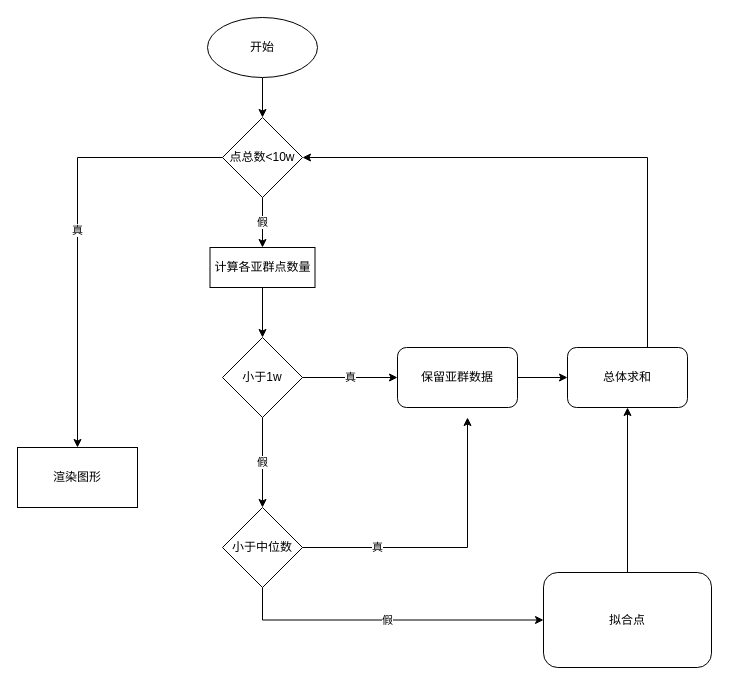
allizewell/testing keeps this draw.io diagram as Untitled Diagram.drawio. Above is the earlier version. Source tidied: cells renumbered, new cells numbered last; positions are measured from the earlier drawing's top-left corner, leaving out a move shared by most shapes. Both pictures are drawn from the tidied source at 100%, with x=0, y=0 at pixel (17, 17).
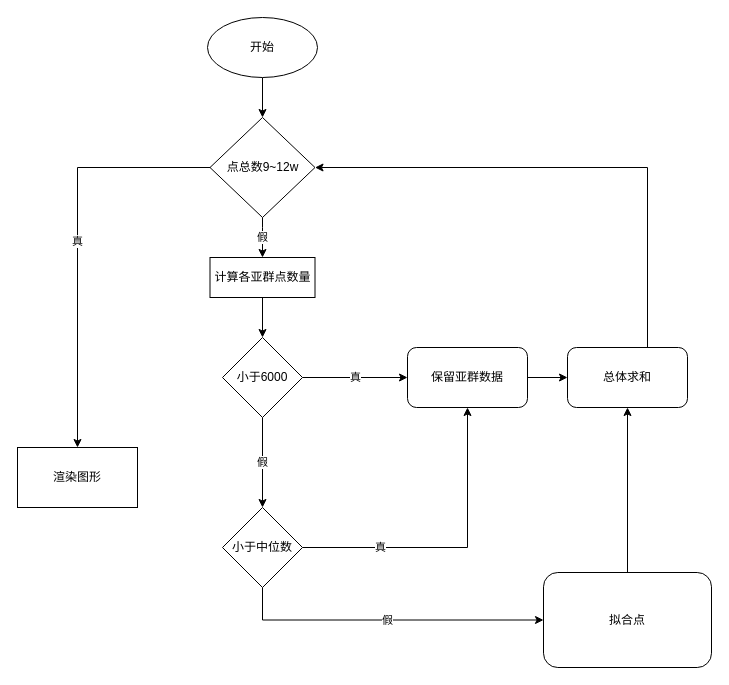
The same page after the edit.

Unchanged cells that the change refers to:
```xml
<mxCell id="17" value="小于中位数" style="rhombus;whiteSpace=wrap;html=1;" parent="1" vertex="1">
  <mxGeometry x="205" y="490" width="80" height="80" as="geometry" />
</mxCell>
<mxCell id="21" value="总体求和" style="rounded=1;whiteSpace=wrap;html=1;" parent="1" vertex="1">
  <mxGeometry x="550" y="330" width="120" height="60" as="geometry" />
</mxCell>
```

Change to the diagram source:
```diff
@@
-    <mxCell id="6" value="点总数&amp;lt;10w" style="rhombus;whiteSpace=wrap;html=1;" parent="1" vertex="1">
-      <mxGeometry x="205" y="100" width="80" height="80" as="geometry" />
+    <mxCell id="6" value="点总数9~12w" style="rhombus;whiteSpace=wrap;html=1;" parent="1" vertex="1">
+      <mxGeometry x="192.5" y="100" width="105" height="100" as="geometry" />
     </mxCell>
@@
     <mxCell id="9" value="计算各亚群点数量" style="whiteSpace=wrap;html=1;" parent="1" vertex="1">
-      <mxGeometry x="192.5" y="230" width="105" height="40" as="geometry" />
+      <mxGeometry x="192.5" y="240" width="105" height="40" as="geometry" />
     </mxCell>
@@
-    <mxCell id="12" value="小于1w" style="rhombus;whiteSpace=wrap;html=1;" parent="1" vertex="1">
+    <mxCell id="12" value="小于6000" style="rhombus;whiteSpace=wrap;html=1;" parent="1" vertex="1">
       <mxGeometry x="205" y="320" width="80" height="80" as="geometry" />
     </mxCell>
@@
-    <mxCell id="15" value="真" style="edgeStyle=orthogonalEdgeStyle;rounded=0;jettySize=auto;html=1;" parent="1" edge="1" source="17">
+    <mxCell id="15" value="真" style="edgeStyle=orthogonalEdgeStyle;rounded=0;jettySize=auto;html=1;entryX=0.5;entryY=1;entryDx=0;entryDy=0;" parent="1" edge="1" source="17" target="19">
       <mxGeometry x="-0.49" relative="1" as="geometry">
-        <mxPoint x="450" y="400" as="targetPoint" />
         <Array as="points">
           <mxPoint x="450" y="530" />
         </Array>
       </mxGeometry>
     </mxCell>
@@
     <mxCell id="19" value="保留亚群数据" style="rounded=1;whiteSpace=wrap;html=1;" parent="1" vertex="1">
-      <mxGeometry x="380" y="330" width="120" height="60" as="geometry" />
+      <mxGeometry x="390" y="330" width="120" height="60" as="geometry" />
     </mxCell>
     <mxCell id="20" style="edgeStyle=orthogonalEdgeStyle;rounded=0;jettySize=auto;html=1;entryX=1;entryY=0.5;entryDx=0;entryDy=0;" parent="1" edge="1" source="21" target="6">
       <mxGeometry relative="1" as="geometry">
         <Array as="points">
-          <mxPoint x="630" y="140" />
+          <mxPoint x="630" y="150" />
         </Array>
       </mxGeometry>
     </mxCell>
```
